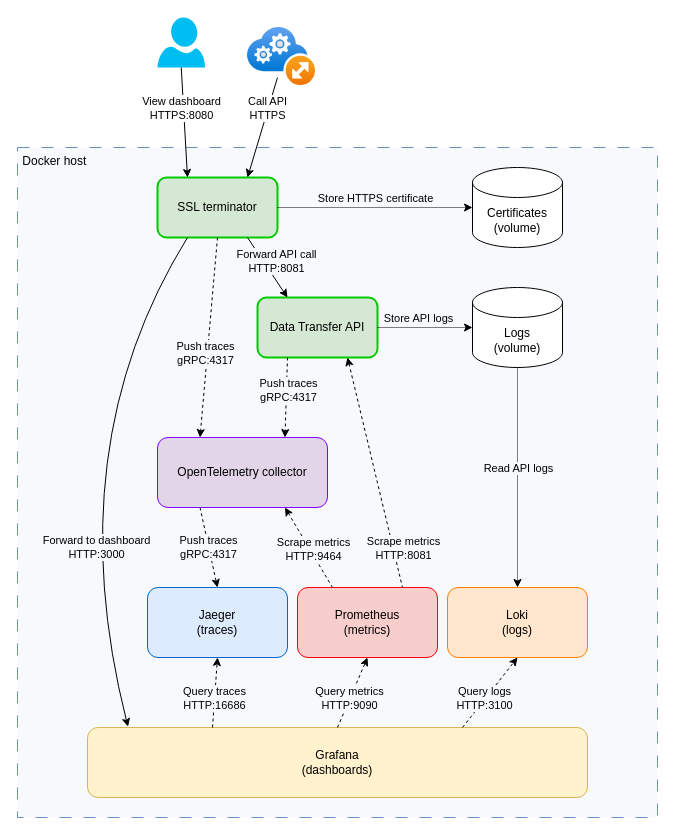
Before: docs/architecture.drawio in EGI-Federation/eosc-data-transfer, a draw.io diagram. Source tidied: cells renumbered, new cells numbered last; positions are measured from the earlier drawing's top-left corner, leaving out a move shared by most shapes. Both pictures are drawn from the tidied source at 100%, with x=0, y=0 at pixel (17, 17).
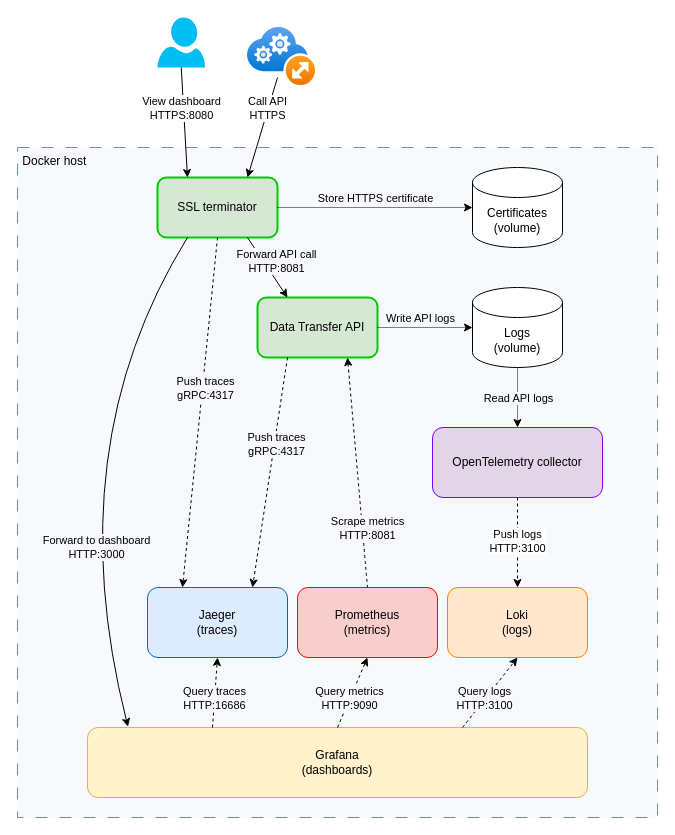
The same diagram, later.

Commit message (it also covers changes not shown here):
chore: Updated architecture diagram

The change refers to these unchanged cells:
```xml
<mxCell id="4" value="SSL terminator" style="rounded=1;whiteSpace=wrap;html=1;fillColor=#d5e8d4;strokeColor=#00CC00;strokeWidth=2;" parent="1" vertex="1">
  <mxGeometry x="140" y="160" width="120" height="60" as="geometry" />
</mxCell>
<mxCell id="6" value="Logs&lt;br&gt;(volume)" style="shape=cylinder3;whiteSpace=wrap;html=1;boundedLbl=1;backgroundOutline=1;size=15;" parent="1" vertex="1">
  <mxGeometry x="455" y="270" width="90" height="80" as="geometry" />
</mxCell>
<mxCell id="7" value="Data Transfer API" style="rounded=1;whiteSpace=wrap;html=1;fillColor=#d5e8d4;strokeColor=#00CC00;strokeWidth=2;" parent="1" vertex="1">
  <mxGeometry x="240" y="280" width="120" height="60" as="geometry" />
</mxCell>
<mxCell id="10" style="endArrow=classic;html=1;rounded=0;exitX=1;exitY=0.5;exitDx=0;exitDy=0;entryX=0;entryY=0.5;entryDx=0;entryDy=0;entryPerimeter=0;dashed=1;dashPattern=1 1;" parent="1" edge="1" source="7" target="6">
  <mxGeometry relative="1" as="geometry" />
</mxCell>
<mxCell id="19" value="Jaeger&lt;br&gt;(traces)" style="rounded=1;whiteSpace=wrap;html=1;fillColor=#DDEBFF;strokeColor=#0066CC;" parent="1" vertex="1">
  <mxGeometry x="130" y="570" width="140" height="70" as="geometry" />
</mxCell>
<mxCell id="21" value="Prometheus&lt;br&gt;(metrics)" style="rounded=1;whiteSpace=wrap;html=1;fillColor=#f8cecc;strokeColor=#FF0000;" parent="1" vertex="1">
  <mxGeometry x="280" y="570" width="140" height="70" as="geometry" />
</mxCell>
<mxCell id="28" value="Loki&lt;br&gt;(logs)" style="rounded=1;whiteSpace=wrap;html=1;fillColor=#ffe6cc;strokeColor=#FF8000;" parent="1" vertex="1">
  <mxGeometry x="430" y="570" width="140" height="70" as="geometry" />
</mxCell>
```

The edit, as a diff of the source:
```diff
@@
-    <mxCell id="11" value="Store API logs" style="edgeLabel;html=1;align=center;verticalAlign=middle;labelBackgroundColor=#F7F9FC;" parent="10" vertex="1">
+    <mxCell id="11" value="Write API logs" style="edgeLabel;html=1;align=center;verticalAlign=middle;labelBackgroundColor=#F7F9FC;" parent="10" vertex="1">
       <mxGeometry x="-0.33" y="1" relative="1" as="geometry">
-        <mxPoint x="8" y="-9" as="offset" />
+        <mxPoint x="10" y="-9" as="offset" />
       </mxGeometry>
     </mxCell>
+    <mxCell id="43" style="edgeStyle=orthogonalEdgeStyle;rounded=0;jettySize=auto;html=1;exitX=0.5;exitY=1;exitDx=0;exitDy=0;dashed=1;" parent="1" edge="1" source="12" target="28">
+      <mxGeometry relative="1" as="geometry" />
+    </mxCell>
+    <mxCell id="44" value="Push logs&lt;br&gt;HTTP:3100" style="edgeLabel;html=1;align=center;verticalAlign=middle;" parent="43" vertex="1">
+      <mxGeometry x="-0.05" y="-1" relative="1" as="geometry" />
+    </mxCell>
     <mxCell id="12" value="OpenTelemetry collector" style="rounded=1;whiteSpace=wrap;html=1;fillColor=#e1d5e7;strokeColor=#7F00FF;" parent="1" vertex="1">
-      <mxGeometry x="140" y="420" width="170" height="70" as="geometry" />
+      <mxGeometry x="415" y="410" width="170" height="70" as="geometry" />
     </mxCell>
-    <mxCell id="13" style="endArrow=classic;html=1;rounded=0;exitX=0.25;exitY=1;exitDx=0;exitDy=0;entryX=0.75;entryY=0;entryDx=0;entryDy=0;dashed=1;" parent="1" edge="1" source="7" target="12">
+    <mxCell id="13" style="endArrow=classic;html=1;rounded=0;exitX=0.25;exitY=1;exitDx=0;exitDy=0;entryX=0.75;entryY=0;entryDx=0;entryDy=0;dashed=1;" parent="1" edge="1" source="7" target="19">
       <mxGeometry relative="1" as="geometry" />
     </mxCell>
@@
-    <mxCell id="17" style="endArrow=classic;html=1;rounded=0;exitX=0.5;exitY=1;exitDx=0;exitDy=0;entryX=0.25;entryY=0;entryDx=0;entryDy=0;dashed=1;" parent="1" edge="1" source="4" target="12">
+    <mxCell id="17" style="endArrow=classic;html=1;rounded=0;exitX=0.5;exitY=1;exitDx=0;exitDy=0;entryX=0.25;entryY=0;entryDx=0;entryDy=0;dashed=1;curved=0;" parent="1" edge="1" source="4" target="19">
       <mxGeometry relative="1" as="geometry" />
     </mxCell>
     <mxCell id="18" value="Push traces&lt;br&gt;gRPC:4317" style="edgeLabel;html=1;align=center;verticalAlign=middle;labelBackgroundColor=#F7F9FC;" parent="17" vertex="1">
-      <mxGeometry x="0.16" y="-2" relative="1" as="geometry" />
+      <mxGeometry x="0.16" y="-2" relative="1" as="geometry">
+        <mxPoint x="10" y="-52" as="offset" />
+      </mxGeometry>
     </mxCell>
@@
-    <mxCell id="20" value="Push traces&lt;br&gt;gRPC:4317" style="endArrow=classic;html=1;rounded=0;exitX=0.25;exitY=1;exitDx=0;exitDy=0;entryX=0.5;entryY=0;entryDx=0;entryDy=0;dashed=1;labelBackgroundColor=#F7F9FC;" parent="1" edge="1" source="12" target="19">
-      <mxGeometry relative="1" as="geometry" />
-    </mxCell>
@@
-    <mxCell id="22" style="endArrow=none;html=1;rounded=0;exitX=0.75;exitY=1;exitDx=0;exitDy=0;entryX=0.25;entryY=0;entryDx=0;entryDy=0;startArrow=classic;startFill=1;endFill=0;dashed=1;" parent="1" edge="1" source="12" target="21">
-      <mxGeometry relative="1" as="geometry" />
-    </mxCell>
-    <mxCell id="23" value="Scrape metrics&lt;br&gt;HTTP:9464" style="edgeLabel;html=1;align=center;verticalAlign=middle;labelBackgroundColor=#F7F9FC;" parent="22" vertex="1">
-      <mxGeometry x="0.28" y="-1" relative="1" as="geometry">
-        <mxPoint x="-2" y="-11" as="offset" />
-      </mxGeometry>
-    </mxCell>
@@
-    <mxCell id="29" style="endArrow=classic;html=1;rounded=0;exitX=0.5;exitY=1;exitDx=0;exitDy=0;entryX=0.5;entryY=0;entryDx=0;entryDy=0;dashed=1;dashPattern=1 1;exitPerimeter=0;" parent="1" edge="1" source="6" target="28">
+    <mxCell id="29" style="endArrow=classic;html=1;rounded=0;exitX=0.5;exitY=1;exitDx=0;exitDy=0;entryX=0.5;entryY=0;entryDx=0;entryDy=0;dashed=1;dashPattern=1 1;exitPerimeter=0;" parent="1" edge="1" source="6" target="12">
       <mxGeometry relative="1" as="geometry" />
     </mxCell>
     <mxCell id="30" value="Read API logs" style="edgeLabel;html=1;align=center;verticalAlign=middle;labelBackgroundColor=#F7F9FC;" parent="29" vertex="1">
       <mxGeometry x="-0.33" y="1" relative="1" as="geometry">
-        <mxPoint x="-1" y="26" as="offset" />
+        <mxPoint x="-1" y="10" as="offset" />
       </mxGeometry>
     </mxCell>
-    <mxCell id="31" style="endArrow=none;html=1;rounded=0;entryX=0.75;entryY=0;entryDx=0;entryDy=0;startArrow=classic;startFill=1;endFill=0;dashed=1;exitX=0.75;exitY=1;exitDx=0;exitDy=0;" parent="1" edge="1" source="7" target="21">
+    <mxCell id="31" style="endArrow=none;html=1;rounded=0;entryX=0.5;entryY=0;entryDx=0;entryDy=0;startArrow=classic;startFill=1;endFill=0;dashed=1;exitX=0.75;exitY=1;exitDx=0;exitDy=0;curved=1;" parent="1" edge="1" source="7" target="21">
       <mxGeometry relative="1" as="geometry" />
     </mxCell>
     <mxCell id="32" value="Scrape metrics&lt;br&gt;HTTP:8081" style="edgeLabel;html=1;align=center;verticalAlign=middle;labelBackgroundColor=#F7F9FC;" parent="31" vertex="1">
       <mxGeometry x="0.28" y="-1" relative="1" as="geometry">
-        <mxPoint x="21" y="43" as="offset" />
+        <mxPoint x="8" y="23" as="offset" />
       </mxGeometry>
     </mxCell>
```
